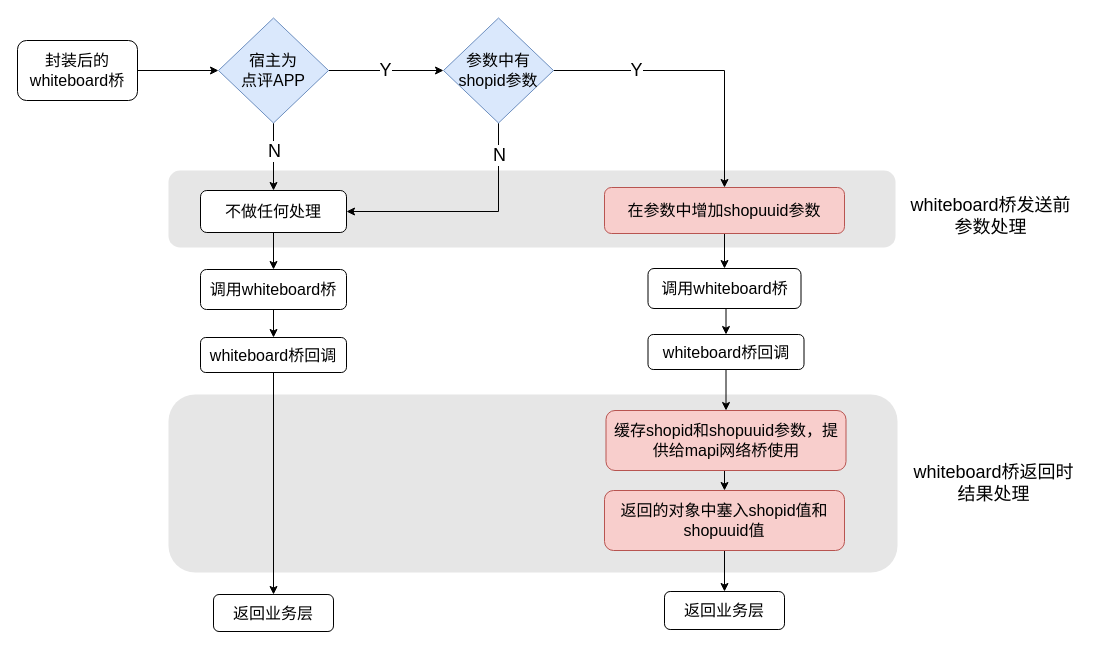
Above: page "Page-14" (16 of 20) of 频道首页执行流程.drawio in hpk1994/shophome (draw.io), before the change. Source tidied: cells renumbered, new cells numbered last; positions are measured from the earlier drawing's top-left corner, leaving out a move shared by most shapes. Both pictures are drawn from the tidied source at 100%, with x=0, y=0 at pixel (17, 18).
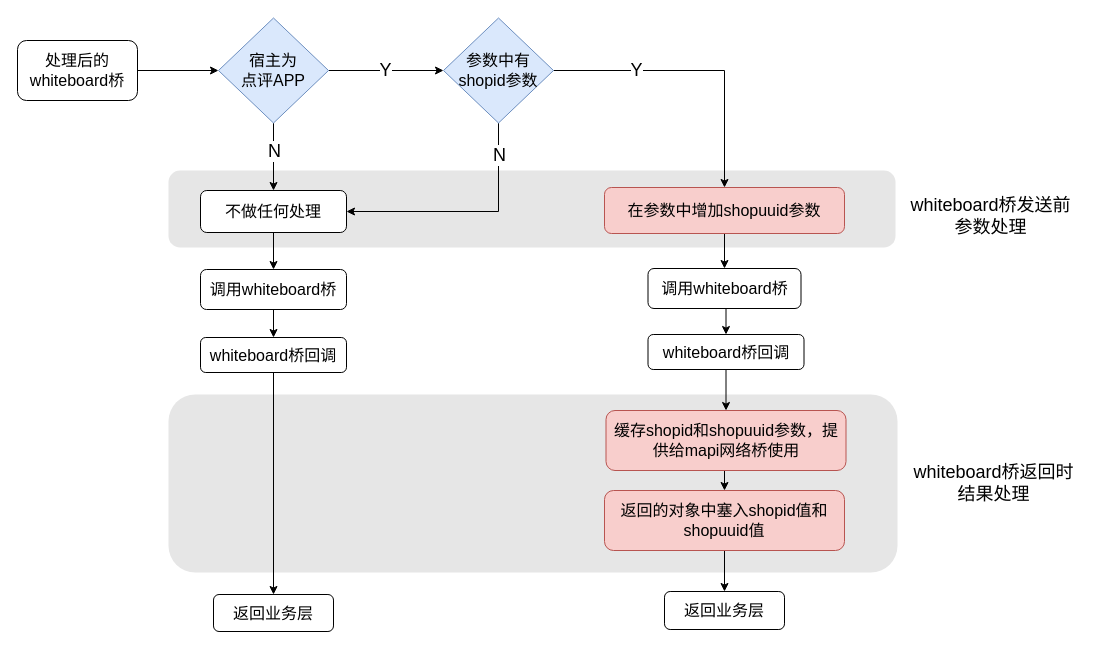
The same page after the edit.

Diff of the diagram source:
```diff
@@
-    <mxCell id="5" value="&lt;font style=&quot;font-size: 16px&quot;&gt;封装后的whiteboard桥&lt;/font&gt;" style="rounded=1;whiteSpace=wrap;html=1;" parent="1" vertex="1">
+    <mxCell id="5" value="&lt;font style=&quot;font-size: 16px&quot;&gt;处理后的whiteboard桥&lt;/font&gt;" style="rounded=1;whiteSpace=wrap;html=1;" parent="1" vertex="1">
       <mxGeometry y="22" width="120" height="60" as="geometry" />
     </mxCell>
```
